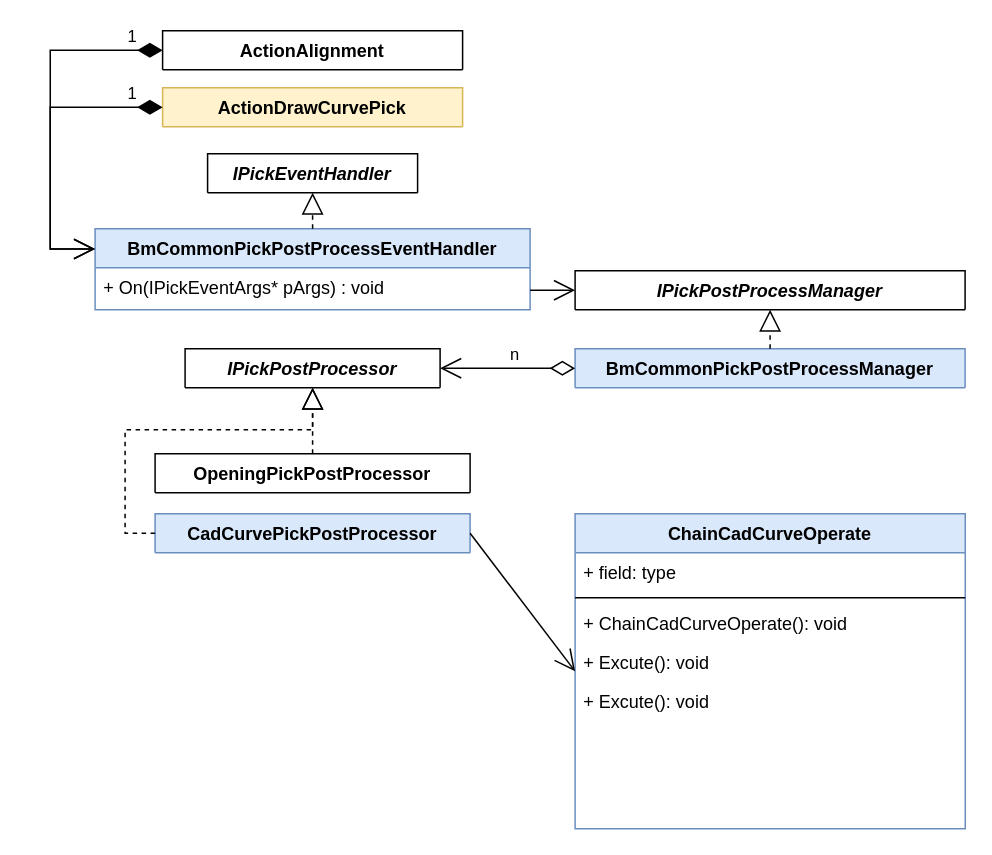
Above: page "Scheme 2" (2 of 3) of ChainPickCadCurve.drawio in Sean-Xu-Code/cpp (draw.io), before the change. Source tidied: cells renumbered, new cells numbered last; positions are measured from the earlier drawing's top-left corner, leaving out a move shared by most shapes. Both pictures are drawn from the tidied source at 150%, with x=0, y=0 at pixel (50, 30).
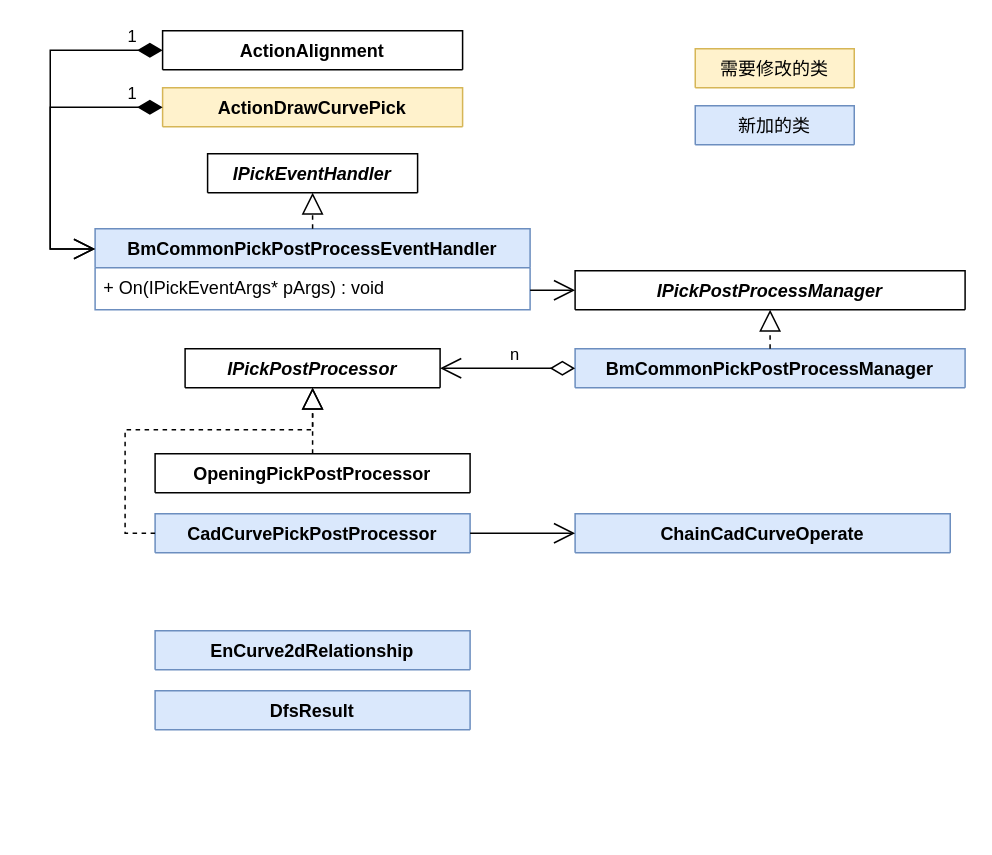
The same diagram, later.

Change to the diagram source:
```diff
@@
-    <mxCell id="20" value="ChainCadCurveOperate" style="swimlane;fontStyle=1;align=center;verticalAlign=top;horizontal=1;startSize=26;rounded=0;shadow=0;strokeWidth=1;fillColor=#dae8fc;strokeColor=#6c8ebf;" parent="1" vertex="1">
-      <mxGeometry x="349.9" y="322" width="260.1" height="210" as="geometry" />
+    <mxCell id="20" value="ChainCadCurveOperate" style="swimlane;fontStyle=1;align=center;verticalAlign=top;horizontal=1;startSize=26;rounded=0;shadow=0;strokeWidth=1;fillColor=#dae8fc;strokeColor=#6c8ebf;" parent="1" vertex="1" collapsed="1">
+      <mxGeometry x="349.9" y="322" width="250.1" height="26" as="geometry" />
     </mxCell>
-    <mxCell id="21" value="+ field: type" style="text;strokeColor=none;fillColor=none;align=left;verticalAlign=top;spacingLeft=4;spacingRight=4;overflow=hidden;" parent="20" vertex="1">
-      <mxGeometry y="26" width="260.1" height="26" as="geometry" />
-    </mxCell>
-    <mxCell id="22" style="line;html=1;strokeWidth=1;align=left;verticalAlign=middle;spacingTop=-1;spacingLeft=3;spacingRight=3;labelPosition=right;" parent="20" vertex="1">
-      <mxGeometry y="52" width="260.1" height="8" as="geometry" />
-    </mxCell>
-    <mxCell id="23" value="+ ChainCadCurveOperate(): void" style="text;strokeColor=none;fillColor=none;align=left;verticalAlign=top;spacingLeft=4;spacingRight=4;overflow=hidden;" parent="20" vertex="1">
-      <mxGeometry y="60" width="260.1" height="26" as="geometry" />
-    </mxCell>
-    <mxCell id="24" value="+ Excute(): void" style="text;strokeColor=none;fillColor=none;align=left;verticalAlign=top;spacingLeft=4;spacingRight=4;overflow=hidden;" parent="20" vertex="1">
-      <mxGeometry y="86" width="260.1" height="26" as="geometry" />
-    </mxCell>
-    <mxCell id="25" value="+ Excute(): void" style="text;strokeColor=none;fillColor=none;align=left;verticalAlign=top;spacingLeft=4;spacingRight=4;overflow=hidden;" parent="20" vertex="1">
-      <mxGeometry y="112" width="260.1" height="26" as="geometry" />
-    </mxCell>
@@
+    <mxCell id="27" value="EnCurve2dRelationship" style="swimlane;fontStyle=1;align=center;verticalAlign=top;horizontal=1;startSize=26;rounded=0;shadow=0;strokeWidth=1;fillColor=#dae8fc;strokeColor=#6c8ebf;" parent="1" vertex="1" collapsed="1">
+      <mxGeometry x="69.9" y="400" width="210" height="26" as="geometry" />
+    </mxCell>
+    <mxCell id="28" value="DfsResult" style="swimlane;fontStyle=1;align=center;verticalAlign=top;horizontal=1;startSize=26;rounded=0;shadow=0;strokeWidth=1;fillColor=#dae8fc;strokeColor=#6c8ebf;" parent="1" vertex="1" collapsed="1">
+      <mxGeometry x="69.9" y="440" width="210" height="26" as="geometry" />
+    </mxCell>
+    <mxCell id="29" value="需要修改的类" style="swimlane;fontStyle=0;align=center;verticalAlign=top;horizontal=1;startSize=26;rounded=0;shadow=0;strokeWidth=1;fillColor=#fff2cc;strokeColor=#d6b656;" parent="1" vertex="1" collapsed="1">
+      <mxGeometry x="430" y="12" width="106" height="26" as="geometry" />
+    </mxCell>
+    <mxCell id="30" value="新加的类" style="swimlane;fontStyle=0;align=center;verticalAlign=top;horizontal=1;startSize=26;rounded=0;shadow=0;strokeWidth=1;fillColor=#dae8fc;strokeColor=#6c8ebf;" parent="1" vertex="1" collapsed="1">
+      <mxGeometry x="430" y="50" width="106" height="26" as="geometry" />
+    </mxCell>
```
